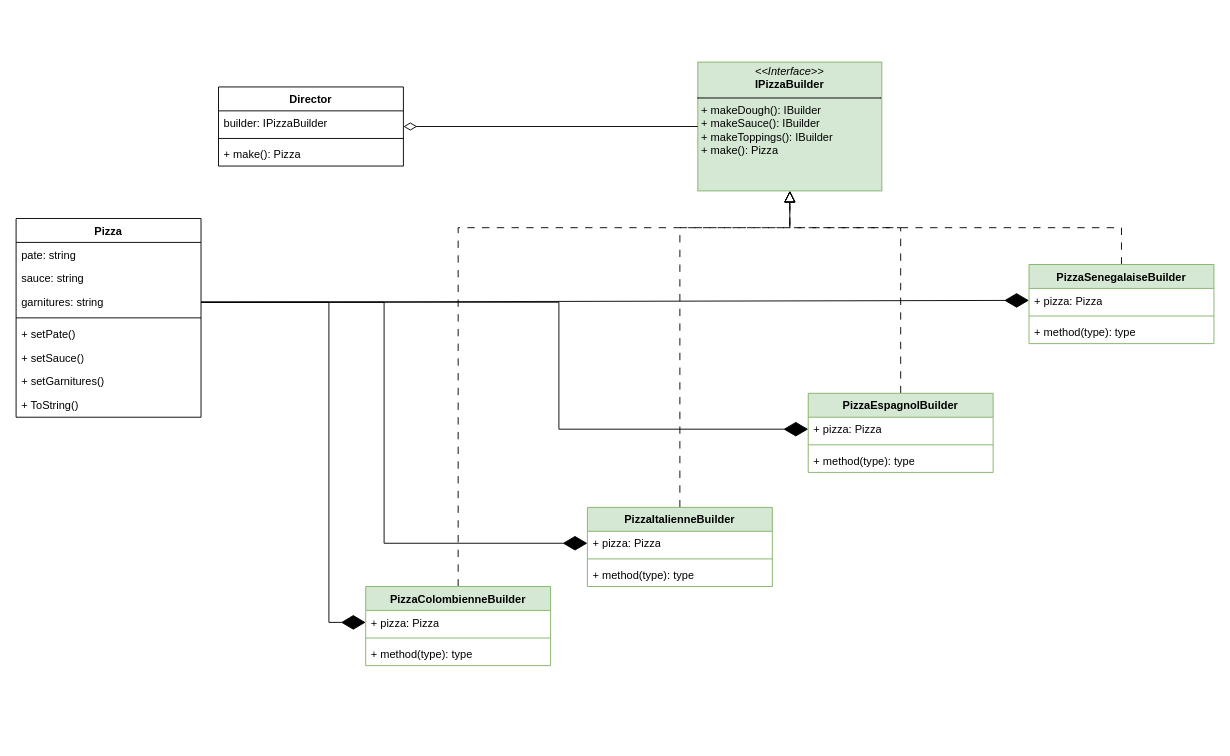
Before: Devoir3.drawio.xml in descoteauxwilliam-hue/Devoir3, a draw.io diagram. Source tidied: cells renumbered, new cells numbered last; positions are measured from the earlier drawing's top-left corner, leaving out a move shared by most shapes. Both pictures are drawn from the tidied source at 92%, with x=0, y=0 at pixel (16, 62).
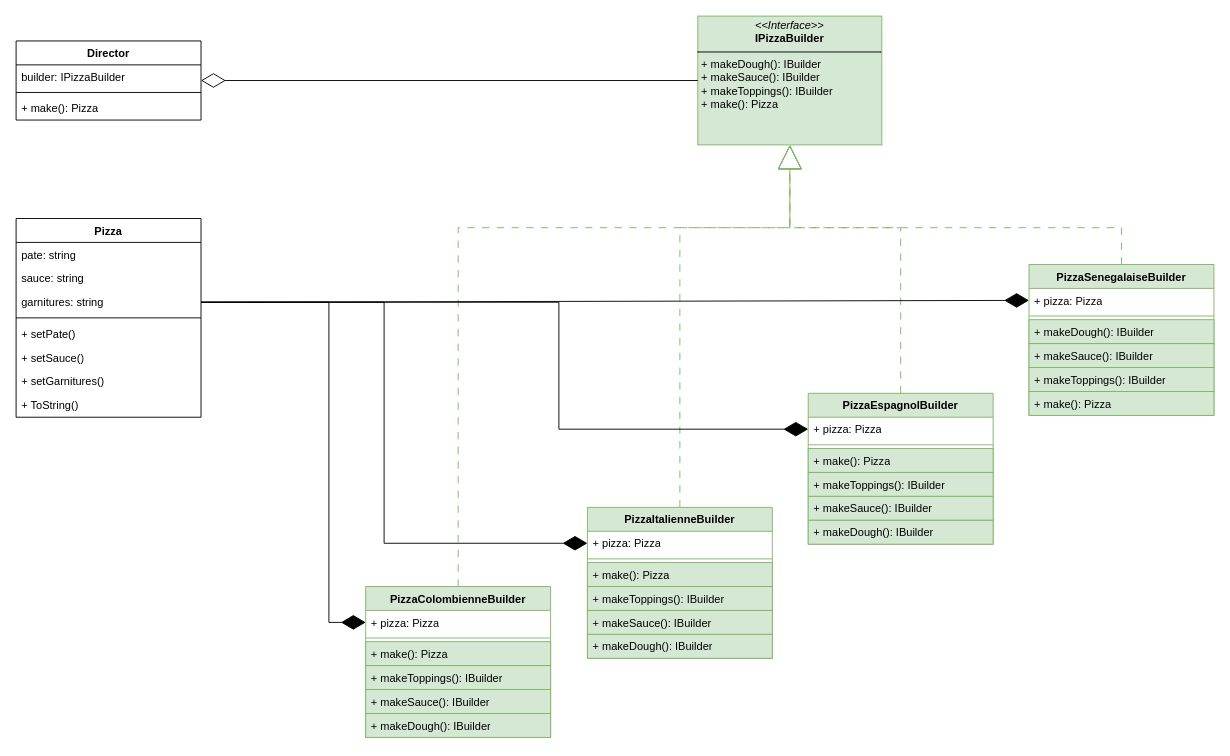
Above is the later version.

Diff of the diagram source:
```diff
@@
     <mxCell id="2" value="&lt;p style=&quot;margin:0px;margin-top:4px;text-align:center;&quot;&gt;&lt;i&gt;&amp;lt;&amp;lt;Interface&amp;gt;&amp;gt;&lt;/i&gt;&lt;br&gt;&lt;b&gt;IPizzaBuilder&lt;/b&gt;&lt;/p&gt;&lt;hr size=&quot;1&quot; style=&quot;border-style:solid;&quot;&gt;&lt;p style=&quot;margin:0px;margin-left:4px;&quot;&gt;&lt;/p&gt;&lt;p style=&quot;margin:0px;margin-left:4px;&quot;&gt;+ makeDough(): IBuilder&lt;br&gt;+ makeSauce(): IBuilder&lt;/p&gt;&lt;p style=&quot;margin:0px;margin-left:4px;&quot;&gt;+ makeToppings(): IBuilder&lt;/p&gt;&lt;p style=&quot;margin:0px;margin-left:4px;&quot;&gt;+ make(): Pizza&lt;/p&gt;" style="verticalAlign=top;align=left;overflow=fill;html=1;whiteSpace=wrap;fillColor=#d5e8d4;strokeColor=#82b366;" parent="1" vertex="1">
-      <mxGeometry x="741" width="200" height="140" as="geometry" />
+      <mxGeometry x="741" y="-50" width="200" height="140" as="geometry" />
     </mxCell>
-    <mxCell id="3" style="edgeStyle=orthogonalEdgeStyle;rounded=0;jettySize=auto;html=1;entryX=0.5;entryY=1;entryDx=0;entryDy=0;endArrow=block;endFill=0;endSize=10;dashed=1;dashPattern=8 8;" parent="1" edge="1" source="4" target="2">
+    <mxCell id="3" style="edgeStyle=orthogonalEdgeStyle;rounded=0;jettySize=auto;html=1;entryX=0.5;entryY=1;entryDx=0;entryDy=0;endArrow=block;endFill=0;endSize=24;dashed=1;dashPattern=8 8;fillColor=#d5e8d4;strokeColor=#82b366;" parent="1" edge="1" source="4" target="2">
       <mxGeometry relative="1" as="geometry">
         <Array as="points">
           <mxPoint x="481" y="180" />
           <mxPoint x="841" y="180" />
         </Array>
       </mxGeometry>
     </mxCell>
     <mxCell id="4" value="PizzaColombienneBuilder" style="swimlane;fontStyle=1;align=center;verticalAlign=top;horizontal=1;startSize=26;whiteSpace=wrap;html=1;fillColor=#d5e8d4;strokeColor=#82b366;" parent="1" vertex="1">
-      <mxGeometry x="380" y="570" width="201" height="86" as="geometry" />
+      <mxGeometry x="380" y="570" width="201" height="164" as="geometry" />
     </mxCell>
@@
-    <mxCell id="6" style="line;strokeWidth=1;fillColor=none;align=left;verticalAlign=middle;spacingTop=-1;spacingLeft=3;spacingRight=3;labelPosition=right;strokeColor=inherit;" parent="4" vertex="1">
-      <mxGeometry y="52" width="201" height="8" as="geometry" />
-    </mxCell>
-    <mxCell id="7" value="+ method(type): type" style="text;strokeColor=none;fillColor=none;align=left;verticalAlign=top;spacingLeft=4;spacingRight=4;overflow=hidden;whiteSpace=wrap;html=1;" parent="4" vertex="1">
-      <mxGeometry y="60" width="201" height="26" as="geometry" />
-    </mxCell>
+    <mxCell id="41" style="line;strokeWidth=1;fillColor=none;align=left;verticalAlign=middle;spacingTop=-1;spacingLeft=3;spacingRight=3;labelPosition=right;strokeColor=inherit;" parent="4" vertex="1">
+      <mxGeometry y="52" width="201" height="8" as="geometry" />
+    </mxCell>
+    <mxCell id="42" value="+ make(): Pizza" style="text;strokeColor=#82b366;fillColor=#d5e8d4;align=left;verticalAlign=top;spacingLeft=4;spacingRight=4;overflow=hidden;whiteSpace=wrap;html=1;" parent="4" vertex="1">
+      <mxGeometry y="60" width="201" height="26" as="geometry" />
+    </mxCell>
+    <mxCell id="43" value="+ makeToppings(): IBuilder" style="text;strokeColor=#82b366;fillColor=#d5e8d4;align=left;verticalAlign=top;spacingLeft=4;spacingRight=4;overflow=hidden;whiteSpace=wrap;html=1;" parent="4" vertex="1">
+      <mxGeometry y="86" width="201" height="26" as="geometry" />
+    </mxCell>
+    <mxCell id="44" value="+ makeSauce(): IBuilder" style="text;strokeColor=#82b366;fillColor=#d5e8d4;align=left;verticalAlign=top;spacingLeft=4;spacingRight=4;overflow=hidden;whiteSpace=wrap;html=1;" parent="4" vertex="1">
+      <mxGeometry y="112" width="201" height="26" as="geometry" />
+    </mxCell>
+    <mxCell id="45" value="+ makeDough(): IBuilder" style="text;strokeColor=#82b366;fillColor=#d5e8d4;align=left;verticalAlign=top;spacingLeft=4;spacingRight=4;overflow=hidden;whiteSpace=wrap;html=1;" parent="4" vertex="1">
+      <mxGeometry y="138" width="201" height="26" as="geometry" />
+    </mxCell>
-    <mxCell id="8" style="edgeStyle=orthogonalEdgeStyle;rounded=0;jettySize=auto;html=1;entryX=0.5;entryY=1;entryDx=0;entryDy=0;endArrow=block;endFill=0;endSize=10;dashed=1;dashPattern=8 8;" parent="1" edge="1" source="9" target="2">
+    <mxCell id="8" style="edgeStyle=orthogonalEdgeStyle;rounded=0;jettySize=auto;html=1;entryX=0.5;entryY=1;entryDx=0;entryDy=0;endArrow=block;endFill=0;endSize=24;dashed=1;dashPattern=8 8;fillColor=#d5e8d4;strokeColor=#82b366;" parent="1" edge="1" source="9" target="2">
       <mxGeometry relative="1" as="geometry">
         <Array as="points">
           <mxPoint x="722" y="180" />
           <mxPoint x="841" y="180" />
         </Array>
       </mxGeometry>
     </mxCell>
     <mxCell id="9" value="PizzaItalienneBuilder" style="swimlane;fontStyle=1;align=center;verticalAlign=top;horizontal=1;startSize=26;whiteSpace=wrap;html=1;fillColor=#d5e8d4;strokeColor=#82b366;" parent="1" vertex="1">
-      <mxGeometry x="621" y="484" width="201" height="86" as="geometry" />
+      <mxGeometry x="621" y="484" width="201" height="164" as="geometry" />
     </mxCell>
@@
-    <mxCell id="11" style="line;strokeWidth=1;fillColor=none;align=left;verticalAlign=middle;spacingTop=-1;spacingLeft=3;spacingRight=3;labelPosition=right;strokeColor=inherit;" parent="9" vertex="1">
-      <mxGeometry y="52" width="201" height="8" as="geometry" />
-    </mxCell>
-    <mxCell id="12" value="+ method(type): type" style="text;strokeColor=none;fillColor=none;align=left;verticalAlign=top;spacingLeft=4;spacingRight=4;overflow=hidden;whiteSpace=wrap;html=1;" parent="9" vertex="1">
-      <mxGeometry y="60" width="201" height="26" as="geometry" />
-    </mxCell>
+    <mxCell id="46" style="line;strokeWidth=1;fillColor=none;align=left;verticalAlign=middle;spacingTop=-1;spacingLeft=3;spacingRight=3;labelPosition=right;strokeColor=inherit;" parent="9" vertex="1">
+      <mxGeometry y="52" width="201" height="8" as="geometry" />
+    </mxCell>
+    <mxCell id="47" value="+ make(): Pizza" style="text;strokeColor=#82b366;fillColor=#d5e8d4;align=left;verticalAlign=top;spacingLeft=4;spacingRight=4;overflow=hidden;whiteSpace=wrap;html=1;" parent="9" vertex="1">
+      <mxGeometry y="60" width="201" height="26" as="geometry" />
+    </mxCell>
+    <mxCell id="48" value="+ makeToppings(): IBuilder" style="text;strokeColor=#82b366;fillColor=#d5e8d4;align=left;verticalAlign=top;spacingLeft=4;spacingRight=4;overflow=hidden;whiteSpace=wrap;html=1;" parent="9" vertex="1">
+      <mxGeometry y="86" width="201" height="26" as="geometry" />
+    </mxCell>
+    <mxCell id="49" value="+ makeSauce(): IBuilder" style="text;strokeColor=#82b366;fillColor=#d5e8d4;align=left;verticalAlign=top;spacingLeft=4;spacingRight=4;overflow=hidden;whiteSpace=wrap;html=1;" parent="9" vertex="1">
+      <mxGeometry y="112" width="201" height="26" as="geometry" />
+    </mxCell>
+    <mxCell id="50" value="+ makeDough(): IBuilder" style="text;strokeColor=#82b366;fillColor=#d5e8d4;align=left;verticalAlign=top;spacingLeft=4;spacingRight=4;overflow=hidden;whiteSpace=wrap;html=1;" parent="9" vertex="1">
+      <mxGeometry y="138" width="201" height="26" as="geometry" />
+    </mxCell>
-    <mxCell id="13" style="edgeStyle=orthogonalEdgeStyle;rounded=0;jettySize=auto;html=1;entryX=0.5;entryY=1;entryDx=0;entryDy=0;endArrow=block;endFill=0;endSize=10;dashed=1;dashPattern=8 8;" parent="1" edge="1" source="14" target="2">
+    <mxCell id="13" style="edgeStyle=orthogonalEdgeStyle;rounded=0;jettySize=auto;html=1;entryX=0.5;entryY=1;entryDx=0;entryDy=0;endArrow=block;endFill=0;endSize=24;dashed=1;dashPattern=8 8;fillColor=#d5e8d4;strokeColor=#82b366;" parent="1" edge="1" source="14" target="2">
       <mxGeometry relative="1" as="geometry">
         <Array as="points">
           <mxPoint x="962" y="180" />
           <mxPoint x="841" y="180" />
         </Array>
       </mxGeometry>
     </mxCell>
     <mxCell id="14" value="PizzaEspagnolBuilder" style="swimlane;fontStyle=1;align=center;verticalAlign=top;horizontal=1;startSize=26;whiteSpace=wrap;html=1;fillColor=#d5e8d4;strokeColor=#82b366;" parent="1" vertex="1">
-      <mxGeometry x="861" y="360" width="201" height="86" as="geometry" />
+      <mxGeometry x="861" y="360" width="201" height="164" as="geometry" />
     </mxCell>
@@
-    <mxCell id="16" style="line;strokeWidth=1;fillColor=none;align=left;verticalAlign=middle;spacingTop=-1;spacingLeft=3;spacingRight=3;labelPosition=right;strokeColor=inherit;" parent="14" vertex="1">
-      <mxGeometry y="52" width="201" height="8" as="geometry" />
-    </mxCell>
-    <mxCell id="17" value="+ method(type): type" style="text;strokeColor=none;fillColor=none;align=left;verticalAlign=top;spacingLeft=4;spacingRight=4;overflow=hidden;whiteSpace=wrap;html=1;" parent="14" vertex="1">
-      <mxGeometry y="60" width="201" height="26" as="geometry" />
-    </mxCell>
+    <mxCell id="51" style="line;strokeWidth=1;fillColor=none;align=left;verticalAlign=middle;spacingTop=-1;spacingLeft=3;spacingRight=3;labelPosition=right;strokeColor=inherit;" parent="14" vertex="1">
+      <mxGeometry y="52" width="201" height="8" as="geometry" />
+    </mxCell>
+    <mxCell id="52" value="+ make(): Pizza" style="text;strokeColor=#82b366;fillColor=#d5e8d4;align=left;verticalAlign=top;spacingLeft=4;spacingRight=4;overflow=hidden;whiteSpace=wrap;html=1;" parent="14" vertex="1">
+      <mxGeometry y="60" width="201" height="26" as="geometry" />
+    </mxCell>
+    <mxCell id="53" value="+ makeToppings(): IBuilder" style="text;strokeColor=#82b366;fillColor=#d5e8d4;align=left;verticalAlign=top;spacingLeft=4;spacingRight=4;overflow=hidden;whiteSpace=wrap;html=1;" parent="14" vertex="1">
+      <mxGeometry y="86" width="201" height="26" as="geometry" />
+    </mxCell>
+    <mxCell id="54" value="+ makeSauce(): IBuilder" style="text;strokeColor=#82b366;fillColor=#d5e8d4;align=left;verticalAlign=top;spacingLeft=4;spacingRight=4;overflow=hidden;whiteSpace=wrap;html=1;" parent="14" vertex="1">
+      <mxGeometry y="112" width="201" height="26" as="geometry" />
+    </mxCell>
+    <mxCell id="55" value="+ makeDough(): IBuilder" style="text;strokeColor=#82b366;fillColor=#d5e8d4;align=left;verticalAlign=top;spacingLeft=4;spacingRight=4;overflow=hidden;whiteSpace=wrap;html=1;" parent="14" vertex="1">
+      <mxGeometry y="138" width="201" height="26" as="geometry" />
+    </mxCell>
-    <mxCell id="18" style="edgeStyle=orthogonalEdgeStyle;rounded=0;jettySize=auto;html=1;entryX=0.5;entryY=1;entryDx=0;entryDy=0;endArrow=block;endFill=0;endSize=10;dashed=1;dashPattern=8 8;" parent="1" edge="1" source="19" target="2">
+    <mxCell id="18" style="edgeStyle=orthogonalEdgeStyle;rounded=0;jettySize=auto;html=1;entryX=0.5;entryY=1;entryDx=0;entryDy=0;endArrow=block;endFill=0;endSize=24;dashed=1;dashPattern=8 8;fillColor=#d5e8d4;strokeColor=#82b366;" parent="1" edge="1" source="19" target="2">
       <mxGeometry relative="1" as="geometry">
         <Array as="points">
           <mxPoint x="1201" y="180" />
           <mxPoint x="841" y="180" />
         </Array>
       </mxGeometry>
     </mxCell>
     <mxCell id="19" value="PizzaSenegalaiseBuilder" style="swimlane;fontStyle=1;align=center;verticalAlign=top;horizontal=1;startSize=26;whiteSpace=wrap;html=1;fillColor=#d5e8d4;strokeColor=#82b366;" parent="1" vertex="1">
-      <mxGeometry x="1101" y="220" width="201" height="86" as="geometry" />
+      <mxGeometry x="1101" y="220" width="201" height="164" as="geometry" />
     </mxCell>
@@
-    <mxCell id="22" value="+ method(type): type" style="text;strokeColor=none;fillColor=none;align=left;verticalAlign=top;spacingLeft=4;spacingRight=4;overflow=hidden;whiteSpace=wrap;html=1;" parent="19" vertex="1">
+    <mxCell id="22" value="+ makeDough(): IBuilder" style="text;strokeColor=#82b366;fillColor=#d5e8d4;align=left;verticalAlign=top;spacingLeft=4;spacingRight=4;overflow=hidden;whiteSpace=wrap;html=1;" parent="19" vertex="1">
       <mxGeometry y="60" width="201" height="26" as="geometry" />
     </mxCell>
+    <mxCell id="56" value="+ makeSauce(): IBuilder" style="text;strokeColor=#82b366;fillColor=#d5e8d4;align=left;verticalAlign=top;spacingLeft=4;spacingRight=4;overflow=hidden;whiteSpace=wrap;html=1;" parent="19" vertex="1">
+      <mxGeometry y="86" width="201" height="26" as="geometry" />
+    </mxCell>
+    <mxCell id="57" value="+ makeToppings(): IBuilder" style="text;strokeColor=#82b366;fillColor=#d5e8d4;align=left;verticalAlign=top;spacingLeft=4;spacingRight=4;overflow=hidden;whiteSpace=wrap;html=1;" parent="19" vertex="1">
+      <mxGeometry y="112" width="201" height="26" as="geometry" />
+    </mxCell>
+    <mxCell id="58" value="+ make(): Pizza" style="text;strokeColor=#82b366;fillColor=#d5e8d4;align=left;verticalAlign=top;spacingLeft=4;spacingRight=4;overflow=hidden;whiteSpace=wrap;html=1;" parent="19" vertex="1">
+      <mxGeometry y="138" width="201" height="26" as="geometry" />
+    </mxCell>
-    <mxCell id="23" style="edgeStyle=orthogonalEdgeStyle;rounded=0;jettySize=auto;html=1;endArrow=diamondThin;endFill=0;endSize=12;exitX=0;exitY=0.5;exitDx=0;exitDy=0;" parent="1" edge="1" source="2" target="24">
+    <mxCell id="23" style="edgeStyle=orthogonalEdgeStyle;rounded=0;jettySize=auto;html=1;endArrow=diamondThin;endFill=0;endSize=24;exitX=0;exitY=0.5;exitDx=0;exitDy=0;" parent="1" edge="1" source="2" target="24">
       <mxGeometry relative="1" as="geometry" />
     </mxCell>
     <mxCell id="24" value="Director" style="swimlane;fontStyle=1;align=center;verticalAlign=top;horizontal=1;startSize=26;whiteSpace=wrap;html=1;" parent="1" vertex="1">
-      <mxGeometry x="220" y="27" width="201" height="86" as="geometry" />
+      <mxGeometry y="-23" width="201" height="86" as="geometry" />
     </mxCell>
```
